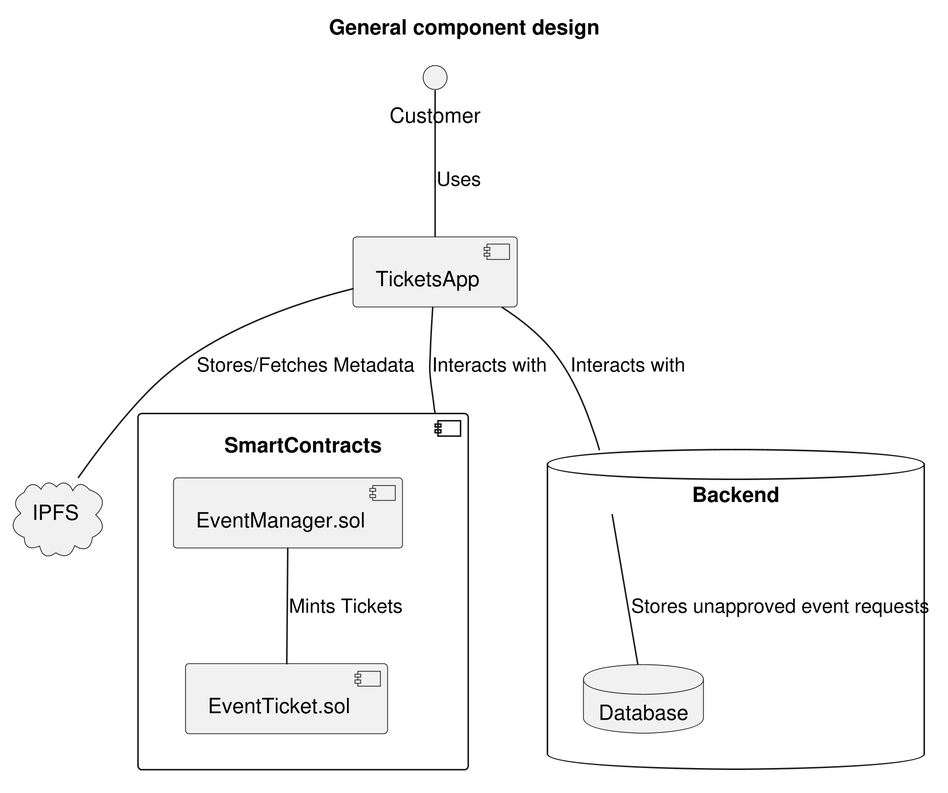
ai-shift/cyber-valley-tickets keeps this PlantUML diagram as img/component-design.png. Above is the earlier version.
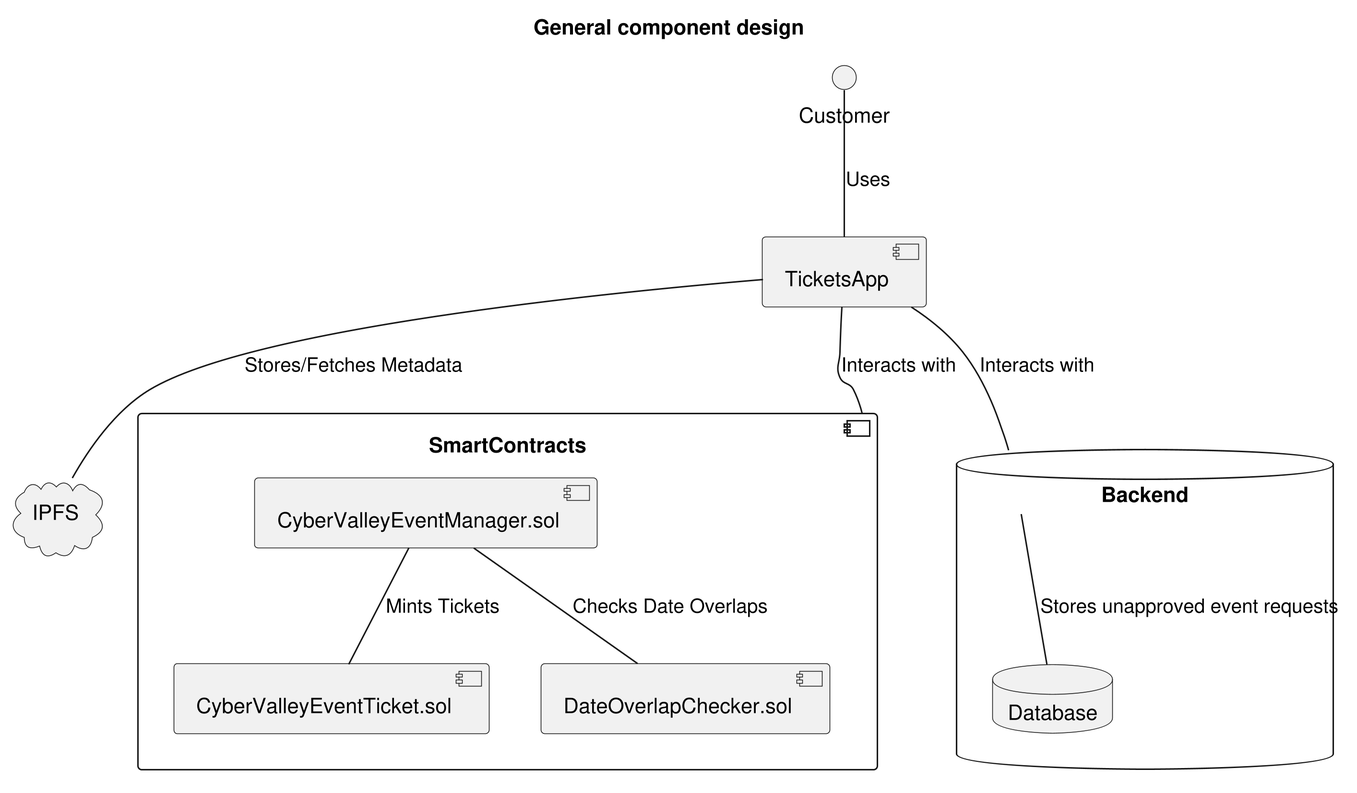
Above is the later version.

The edit, as a diff of the source:
```diff
@@ -8,8 +8,9 @@
 }
 
 component SmartContracts {
-  [EventManager.sol]
-  [EventTicket.sol]
+  [CyberValleyEventManager.sol]
+  [CyberValleyEventTicket.sol]
+  [DateOverlapChecker.sol]
 }
 
 database Backend {
@@ -25,5 +26,6 @@
 TicketsApp -- Backend : Interacts with
 Backend -- Database : Stores unapproved event requests
 
-[EventManager.sol] -- [EventTicket.sol] : Mints Tickets
+[CyberValleyEventManager.sol] -- [CyberValleyEventTicket.sol] : Mints Tickets
+[CyberValleyEventManager.sol] -- [DateOverlapChecker.sol] : Checks Date Overlaps
 @enduml
```
